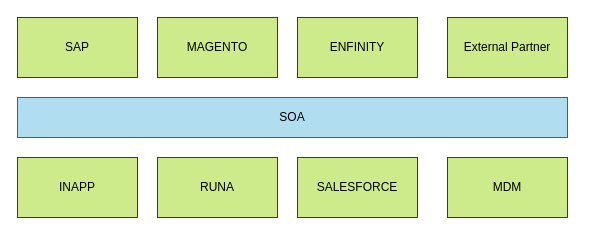
This is page "Page-3" (3 of 3) of MethodeToApps.drawio from vincenzofodera/drawio, a draw.io file, before an edit. Source tidied: cells renumbered, new cells numbered last; positions are measured from the earlier drawing's top-left corner, leaving out a move shared by most shapes. Both pictures are drawn from the tidied source at 100%, with x=0, y=0 at pixel (17, 17).
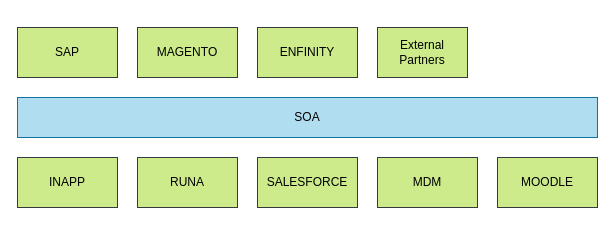
The same page after the edit.

Change to the diagram source:
```diff
@@
 <mxGraphModel>
   <root>
     <mxCell id="0" />
     <mxCell id="1" parent="0" />
     <mxCell id="2" value="SOA" style="rounded=0;whiteSpace=wrap;html=1;fillColor=#b1ddf0;strokeColor=#10739e;" parent="1" vertex="1">
-      <mxGeometry y="80" width="550" height="40" as="geometry" />
+      <mxGeometry y="80" width="580" height="40" as="geometry" />
     </mxCell>
     <mxCell id="3" value="INAPP" style="rounded=0;whiteSpace=wrap;html=1;fillColor=#cdeb8b;strokeColor=#36393d;" parent="1" vertex="1">
-      <mxGeometry y="140" width="120" height="60" as="geometry" />
+      <mxGeometry y="140" width="100" height="50" as="geometry" />
     </mxCell>
     <mxCell id="4" value="RUNA" style="rounded=0;whiteSpace=wrap;html=1;fillColor=#cdeb8b;strokeColor=#36393d;" parent="1" vertex="1">
-      <mxGeometry x="140" y="140" width="120" height="60" as="geometry" />
+      <mxGeometry x="120" y="140" width="100" height="50" as="geometry" />
     </mxCell>
     <mxCell id="5" value="SALESFORCE" style="rounded=0;whiteSpace=wrap;html=1;fillColor=#cdeb8b;strokeColor=#36393d;" parent="1" vertex="1">
-      <mxGeometry x="280" y="140" width="120" height="60" as="geometry" />
+      <mxGeometry x="240" y="140" width="100" height="50" as="geometry" />
     </mxCell>
     <mxCell id="6" value="MDM" style="rounded=0;whiteSpace=wrap;html=1;fillColor=#cdeb8b;strokeColor=#36393d;" parent="1" vertex="1">
-      <mxGeometry x="430" y="140" width="120" height="60" as="geometry" />
+      <mxGeometry x="360" y="140" width="100" height="50" as="geometry" />
     </mxCell>
     <mxCell id="7" value="SAP" style="rounded=0;whiteSpace=wrap;html=1;fillColor=#cdeb8b;strokeColor=#36393d;" parent="1" vertex="1">
-      <mxGeometry width="120" height="60" as="geometry" />
+      <mxGeometry y="10" width="100" height="50" as="geometry" />
     </mxCell>
     <mxCell id="8" value="MAGENTO" style="rounded=0;whiteSpace=wrap;html=1;fillColor=#cdeb8b;strokeColor=#36393d;" parent="1" vertex="1">
-      <mxGeometry x="140" width="120" height="60" as="geometry" />
+      <mxGeometry x="120" y="10" width="100" height="50" as="geometry" />
     </mxCell>
     <mxCell id="9" value="ENFINITY" style="rounded=0;whiteSpace=wrap;html=1;fillColor=#cdeb8b;strokeColor=#36393d;" parent="1" vertex="1">
-      <mxGeometry x="280" width="120" height="60" as="geometry" />
+      <mxGeometry x="240" y="10" width="100" height="50" as="geometry" />
     </mxCell>
-    <mxCell id="10" value="External Partner" style="rounded=0;whiteSpace=wrap;html=1;fillColor=#cdeb8b;strokeColor=#36393d;" parent="1" vertex="1">
-      <mxGeometry x="430" width="120" height="60" as="geometry" />
+    <mxCell id="10" value="External Partners" style="rounded=0;whiteSpace=wrap;html=1;fillColor=#cdeb8b;strokeColor=#36393d;" parent="1" vertex="1">
+      <mxGeometry x="360" y="10" width="90" height="50" as="geometry" />
     </mxCell>
+    <mxCell id="11" value="MOODLE" style="rounded=0;whiteSpace=wrap;html=1;fillColor=#cdeb8b;strokeColor=#36393d;" parent="1" vertex="1">
+      <mxGeometry x="480" y="140" width="100" height="50" as="geometry" />
+    </mxCell>
   </root>
 </mxGraphModel>
```
